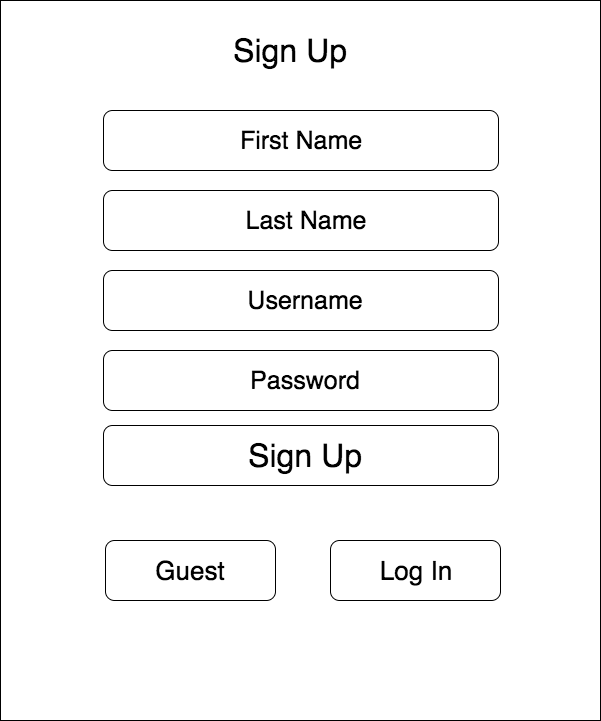
Earlier version of the draw.io export docs/wireframes/sign-up-form.png (HarrisonBui/FlashFlicks). Source tidied: cells renumbered, new cells last; positions are measured from the earlier drawing's top-left corner, leaving out a move shared by most shapes. Its diagram source:
```xml
<mxGraphModel>
  <root>
    <mxCell id="0" />
    <mxCell id="1" parent="0" />
    <mxCell id="2" style="whiteSpace=wrap;html=1;" parent="1" vertex="1">
      <mxGeometry width="600" height="720" as="geometry" />
    </mxCell>
    <mxCell id="3" style="rounded=1;whiteSpace=wrap;html=1;" parent="1" vertex="1">
      <mxGeometry x="103" y="425" width="395" height="60" as="geometry" />
    </mxCell>
    <mxCell id="4" style="rounded=1;whiteSpace=wrap;html=1;" parent="1" vertex="1">
      <mxGeometry x="105" y="540" width="170" height="60" as="geometry" />
    </mxCell>
    <mxCell id="5" style="rounded=1;whiteSpace=wrap;html=1;" parent="1" vertex="1">
      <mxGeometry x="330" y="540" width="170" height="60" as="geometry" />
    </mxCell>
    <mxCell id="6" value="&lt;font style=&quot;font-size: 32px&quot;&gt;Sign Up&lt;/font&gt;" style="text;html=1;strokeColor=none;fillColor=none;align=center;verticalAlign=middle;whiteSpace=wrap;rounded=1;arcSize=0;" parent="1" vertex="1">
      <mxGeometry x="220" y="25" width="140" height="50" as="geometry" />
    </mxCell>
    <mxCell id="7" value="&lt;span style=&quot;font-size: 25px&quot;&gt;Last Name&lt;/span&gt;" style="text;html=1;strokeColor=none;fillColor=none;align=center;verticalAlign=middle;whiteSpace=wrap;rounded=1;arcSize=0;" parent="1" vertex="1">
      <mxGeometry x="220" y="190" width="140" height="50" as="geometry" />
    </mxCell>
    <mxCell id="8" value="&lt;font style=&quot;font-size: 32px&quot;&gt;Sign Up&lt;/font&gt;" style="text;html=1;strokeColor=none;fillColor=none;align=center;verticalAlign=middle;whiteSpace=wrap;rounded=1;arcSize=0;" parent="1" vertex="1">
      <mxGeometry x="235" y="430" width="140" height="50" as="geometry" />
    </mxCell>
    <mxCell id="9" value="&lt;font style=&quot;font-size: 26px&quot;&gt;Guest&lt;/font&gt;" style="text;html=1;strokeColor=none;fillColor=none;align=center;verticalAlign=middle;whiteSpace=wrap;rounded=1;arcSize=0;" parent="1" vertex="1">
      <mxGeometry x="120" y="545" width="140" height="50" as="geometry" />
    </mxCell>
    <mxCell id="10" value="&lt;font style=&quot;font-size: 26px&quot;&gt;Log In&lt;/font&gt;" style="text;html=1;strokeColor=none;fillColor=none;align=center;verticalAlign=middle;whiteSpace=wrap;rounded=1;arcSize=0;" parent="1" vertex="1">
      <mxGeometry x="345" y="545" width="140" height="50" as="geometry" />
    </mxCell>
    <mxCell id="11" style="rounded=1;whiteSpace=wrap;html=1;" parent="1" vertex="1">
      <mxGeometry x="103" y="350" width="395" height="60" as="geometry" />
    </mxCell>
    <mxCell id="12" value="&lt;span style=&quot;font-size: 25px&quot;&gt;Password&lt;/span&gt;" style="text;html=1;strokeColor=none;fillColor=none;align=center;verticalAlign=middle;whiteSpace=wrap;rounded=1;arcSize=0;" parent="1" vertex="1">
      <mxGeometry x="235" y="355" width="140" height="50" as="geometry" />
    </mxCell>
    <mxCell id="13" style="rounded=1;whiteSpace=wrap;html=1;" parent="1" vertex="1">
      <mxGeometry x="103" y="270" width="395" height="60" as="geometry" />
    </mxCell>
    <mxCell id="14" value="&lt;span style=&quot;font-size: 25px&quot;&gt;Username&lt;/span&gt;" style="text;html=1;strokeColor=none;fillColor=none;align=center;verticalAlign=middle;whiteSpace=wrap;rounded=1;arcSize=0;" parent="1" vertex="1">
      <mxGeometry x="235" y="275" width="140" height="50" as="geometry" />
    </mxCell>
    <mxCell id="15" style="rounded=1;whiteSpace=wrap;html=1;" parent="1" vertex="1">
      <mxGeometry x="103" y="190" width="395" height="60" as="geometry" />
    </mxCell>
    <mxCell id="16" value="&lt;font style=&quot;font-size: 25px&quot;&gt;Last Name&lt;/font&gt;" style="text;html=1;strokeColor=none;fillColor=none;align=center;verticalAlign=middle;whiteSpace=wrap;rounded=1;arcSize=0;" parent="1" vertex="1">
      <mxGeometry x="235" y="195" width="140" height="50" as="geometry" />
    </mxCell>
    <mxCell id="17" style="rounded=1;whiteSpace=wrap;html=1;" parent="1" vertex="1">
      <mxGeometry x="103" y="110" width="395" height="60" as="geometry" />
    </mxCell>
    <mxCell id="18" value="&lt;font style=&quot;font-size: 25px&quot;&gt;First Name&lt;/font&gt;" style="text;html=1;strokeColor=none;fillColor=none;align=center;verticalAlign=middle;whiteSpace=wrap;rounded=1;arcSize=0;" parent="1" vertex="1">
      <mxGeometry x="230" y="115" width="140" height="50" as="geometry" />
    </mxCell>
  </root>
</mxGraphModel>
```
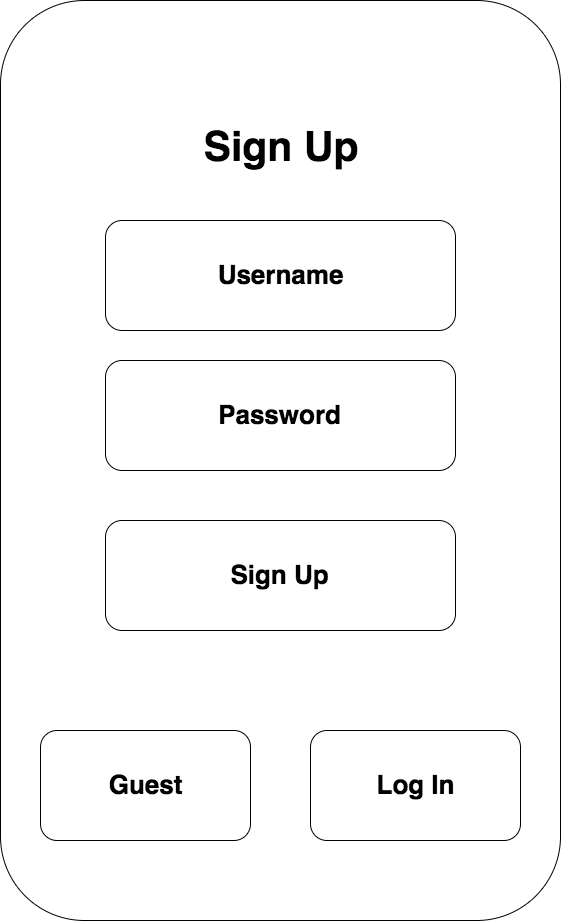
The same diagram one commit later.

Change to the diagram source:
```diff
@@ -1,57 +1,27 @@
-<mxGraphModel>
+<mxGraphModel background="#ffffff">
   <root>
     <mxCell id="0" />
     <mxCell id="1" parent="0" />
-    <mxCell id="2" style="whiteSpace=wrap;html=1;" parent="1" vertex="1">
-      <mxGeometry width="600" height="720" as="geometry" />
-    </mxCell>
-    <mxCell id="3" style="rounded=1;whiteSpace=wrap;html=1;" parent="1" vertex="1">
-      <mxGeometry x="103" y="425" width="395" height="60" as="geometry" />
-    </mxCell>
-    <mxCell id="4" style="rounded=1;whiteSpace=wrap;html=1;" parent="1" vertex="1">
-      <mxGeometry x="105" y="540" width="170" height="60" as="geometry" />
-    </mxCell>
-    <mxCell id="5" style="rounded=1;whiteSpace=wrap;html=1;" parent="1" vertex="1">
-      <mxGeometry x="330" y="540" width="170" height="60" as="geometry" />
-    </mxCell>
-    <mxCell id="6" value="&lt;font style=&quot;font-size: 32px&quot;&gt;Sign Up&lt;/font&gt;" style="text;html=1;strokeColor=none;fillColor=none;align=center;verticalAlign=middle;whiteSpace=wrap;rounded=1;arcSize=0;" parent="1" vertex="1">
-      <mxGeometry x="220" y="25" width="140" height="50" as="geometry" />
-    </mxCell>
-    <mxCell id="7" value="&lt;span style=&quot;font-size: 25px&quot;&gt;Last Name&lt;/span&gt;" style="text;html=1;strokeColor=none;fillColor=none;align=center;verticalAlign=middle;whiteSpace=wrap;rounded=1;arcSize=0;" parent="1" vertex="1">
-      <mxGeometry x="220" y="190" width="140" height="50" as="geometry" />
-    </mxCell>
-    <mxCell id="8" value="&lt;font style=&quot;font-size: 32px&quot;&gt;Sign Up&lt;/font&gt;" style="text;html=1;strokeColor=none;fillColor=none;align=center;verticalAlign=middle;whiteSpace=wrap;rounded=1;arcSize=0;" parent="1" vertex="1">
-      <mxGeometry x="235" y="430" width="140" height="50" as="geometry" />
-    </mxCell>
+    <mxCell id="19" style="whiteSpace=wrap;html=1;rounded=1;" parent="1" vertex="1">
+      <mxGeometry x="40" y="-80" width="560" height="920" as="geometry" />
+    </mxCell>
+    <mxCell id="20" value="&lt;b&gt;&lt;font style=&quot;font-size: 41px&quot;&gt;Sign Up&lt;/font&gt;&lt;/b&gt;" style="whiteSpace=wrap;html=1;rounded=1;strokeColor=none;" parent="1" vertex="1">
+      <mxGeometry x="220" y="20" width="200" height="90" as="geometry" />
+    </mxCell>
+    <mxCell id="14" value="&lt;b&gt;&lt;font style=&quot;font-size: 26px&quot;&gt;Username&lt;/font&gt;&lt;/b&gt;" style="whiteSpace=wrap;html=1;rounded=1;" parent="1" vertex="1">
+      <mxGeometry x="145" y="140" width="350" height="110" as="geometry" />
+    </mxCell>
+    <mxCell id="12" value="&lt;span style=&quot;font-size: 26px&quot;&gt;&lt;b&gt;Password&lt;/b&gt;&lt;/span&gt;" style="whiteSpace=wrap;html=1;rounded=1;" parent="1" vertex="1">
+      <mxGeometry x="145" y="280" width="350" height="110" as="geometry" />
+    </mxCell>
+    <mxCell id="21" value="&lt;span style=&quot;font-size: 26px&quot;&gt;&lt;b&gt;Sign Up&lt;/b&gt;&lt;/span&gt;" style="whiteSpace=wrap;html=1;rounded=1;" parent="1" vertex="1">
+      <mxGeometry x="145" y="440" width="350" height="110" as="geometry" />
+    </mxCell>
-    <mxCell id="9" value="&lt;font style=&quot;font-size: 26px&quot;&gt;Guest&lt;/font&gt;" style="text;html=1;strokeColor=none;fillColor=none;align=center;verticalAlign=middle;whiteSpace=wrap;rounded=1;arcSize=0;" parent="1" vertex="1">
-      <mxGeometry x="120" y="545" width="140" height="50" as="geometry" />
+    <mxCell id="9" value="&lt;span style=&quot;font-size: 26px&quot;&gt;&lt;b&gt;Guest&lt;/b&gt;&lt;/span&gt;" style="whiteSpace=wrap;html=1;rounded=1;" parent="1" vertex="1">
+      <mxGeometry x="80" y="650" width="210" height="110" as="geometry" />
     </mxCell>
-    <mxCell id="10" value="&lt;font style=&quot;font-size: 26px&quot;&gt;Log In&lt;/font&gt;" style="text;html=1;strokeColor=none;fillColor=none;align=center;verticalAlign=middle;whiteSpace=wrap;rounded=1;arcSize=0;" parent="1" vertex="1">
-      <mxGeometry x="345" y="545" width="140" height="50" as="geometry" />
+    <mxCell id="10" value="&lt;span style=&quot;font-size: 26px&quot;&gt;&lt;b&gt;Log In&lt;/b&gt;&lt;/span&gt;" style="whiteSpace=wrap;html=1;rounded=1;" parent="1" vertex="1">
+      <mxGeometry x="350" y="650" width="210" height="110" as="geometry" />
     </mxCell>
-    <mxCell id="11" style="rounded=1;whiteSpace=wrap;html=1;" parent="1" vertex="1">
-      <mxGeometry x="103" y="350" width="395" height="60" as="geometry" />
-    </mxCell>
-    <mxCell id="12" value="&lt;span style=&quot;font-size: 25px&quot;&gt;Password&lt;/span&gt;" style="text;html=1;strokeColor=none;fillColor=none;align=center;verticalAlign=middle;whiteSpace=wrap;rounded=1;arcSize=0;" parent="1" vertex="1">
-      <mxGeometry x="235" y="355" width="140" height="50" as="geometry" />
-    </mxCell>
-    <mxCell id="13" style="rounded=1;whiteSpace=wrap;html=1;" parent="1" vertex="1">
-      <mxGeometry x="103" y="270" width="395" height="60" as="geometry" />
-    </mxCell>
-    <mxCell id="14" value="&lt;span style=&quot;font-size: 25px&quot;&gt;Username&lt;/span&gt;" style="text;html=1;strokeColor=none;fillColor=none;align=center;verticalAlign=middle;whiteSpace=wrap;rounded=1;arcSize=0;" parent="1" vertex="1">
-      <mxGeometry x="235" y="275" width="140" height="50" as="geometry" />
-    </mxCell>
-    <mxCell id="15" style="rounded=1;whiteSpace=wrap;html=1;" parent="1" vertex="1">
-      <mxGeometry x="103" y="190" width="395" height="60" as="geometry" />
-    </mxCell>
-    <mxCell id="16" value="&lt;font style=&quot;font-size: 25px&quot;&gt;Last Name&lt;/font&gt;" style="text;html=1;strokeColor=none;fillColor=none;align=center;verticalAlign=middle;whiteSpace=wrap;rounded=1;arcSize=0;" parent="1" vertex="1">
-      <mxGeometry x="235" y="195" width="140" height="50" as="geometry" />
-    </mxCell>
-    <mxCell id="17" style="rounded=1;whiteSpace=wrap;html=1;" parent="1" vertex="1">
-      <mxGeometry x="103" y="110" width="395" height="60" as="geometry" />
-    </mxCell>
-    <mxCell id="18" value="&lt;font style=&quot;font-size: 25px&quot;&gt;First Name&lt;/font&gt;" style="text;html=1;strokeColor=none;fillColor=none;align=center;verticalAlign=middle;whiteSpace=wrap;rounded=1;arcSize=0;" parent="1" vertex="1">
-      <mxGeometry x="230" y="115" width="140" height="50" as="geometry" />
-    </mxCell>
   </root>
 </mxGraphModel>
```
